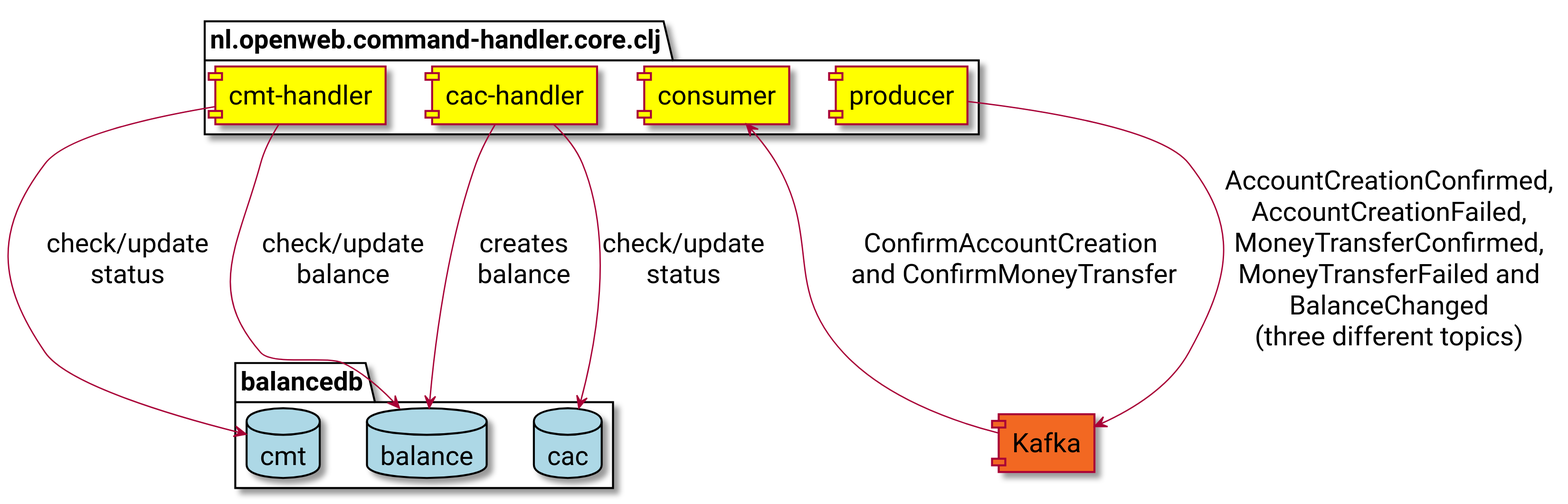
Before: docs/command-handler.svg, a diagram exported from PlantUML (openweb-nl/kafka-graphql-examples).
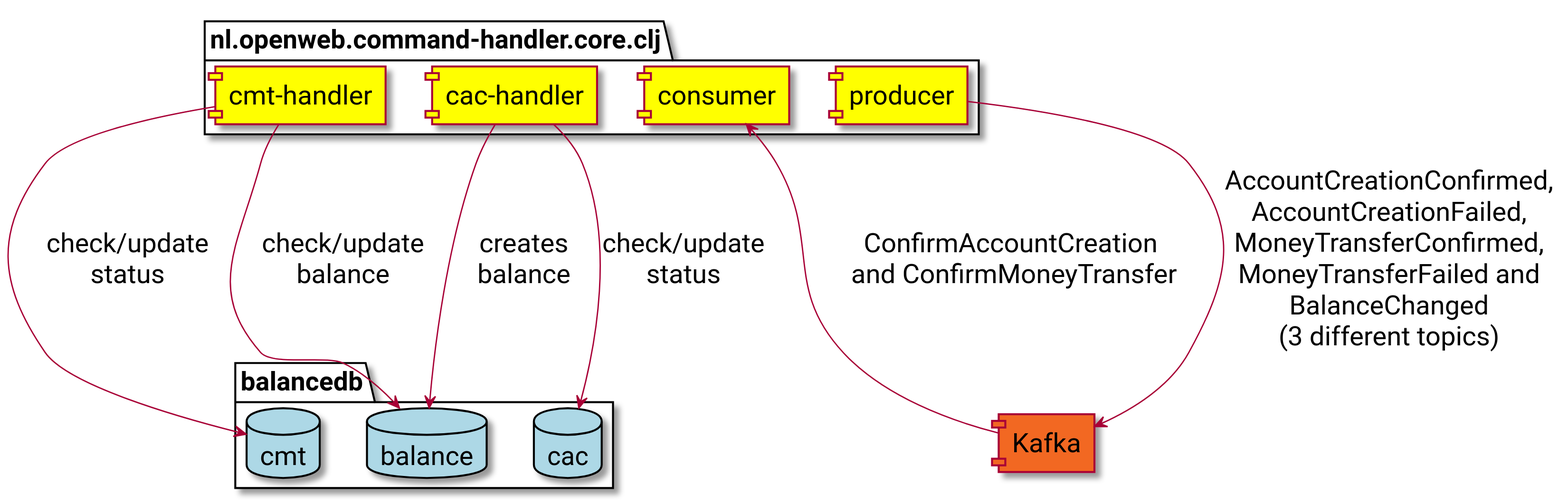
The same file after the commit.

Diff of the diagram source:
```diff
@@ -19,7 +19,7 @@
 ach --> cac :check/update\nstatus
 mth --> balance :check/update\nbalance
 ach --> balance :creates\nbalance
-p --> kc :AccountCreationConfirmed,\nAccountCreationFailed,\nMoneyTransferConfirmed,\nMoneyTransferFailed and\nBalanceChanged\n(three different topics)
+p --> kc :AccountCreationConfirmed,\nAccountCreationFailed,\nMoneyTransferConfirmed,\nMoneyTransferFailed and\nBalanceChanged\n(3 different topics)
 c <-- kc :ConfirmAccountCreation\n and ConfirmMoneyTransfer
 
 @enduml
```
